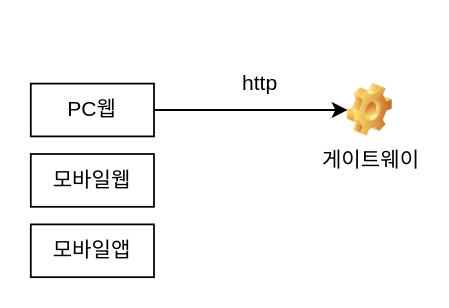
DEV-FRAMEWORK/SW-MODEL keeps this draw.io diagram as LINA_AA.drawio. Above is the earlier version. Source tidied: cells renumbered, new cells numbered last; positions are measured from the earlier drawing's top-left corner, leaving out a move shared by most shapes. Both pictures are drawn from the tidied source at 176%, with x=0, y=0 at pixel (30, 65).
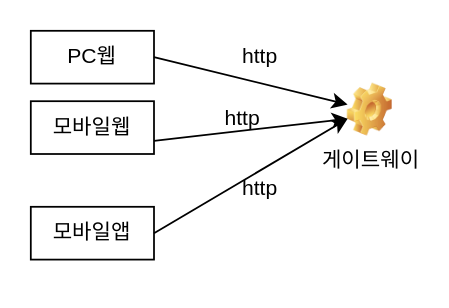
After the change.

Diff of the diagram source:
```diff
@@
 <mxGraphModel>
   <root>
     <mxCell id="0" />
     <mxCell id="1" parent="0" />
     <mxCell id="2" value="http" style="text;html=1;align=center;verticalAlign=middle;strokeColor=none;fillColor=none;" parent="1" vertex="1">
-      <mxGeometry x="110" width="40" height="20" as="geometry" />
+      <mxGeometry x="110" y="-15" width="40" height="20" as="geometry" />
     </mxCell>
     <mxCell id="3" value="PC웹" style="rounded=0;whiteSpace=wrap;html=1;" parent="1" vertex="1">
-      <mxGeometry y="10" width="70" height="30" as="geometry" />
+      <mxGeometry y="-20" width="70" height="30" as="geometry" />
     </mxCell>
     <mxCell id="4" value="모바일웹" style="rounded=0;whiteSpace=wrap;html=1;" parent="1" vertex="1">
-      <mxGeometry y="50" width="70" height="30" as="geometry" />
+      <mxGeometry y="20" width="70" height="30" as="geometry" />
     </mxCell>
     <mxCell id="5" value="모바일앱" style="rounded=0;whiteSpace=wrap;html=1;" parent="1" vertex="1">
-      <mxGeometry y="90" width="70" height="30" as="geometry" />
+      <mxGeometry y="80" width="70" height="30" as="geometry" />
     </mxCell>
     <mxCell id="6" value="게이트웨이" style="shape=image;html=1;verticalLabelPosition=bottom;verticalAlign=top;imageAspect=1;image=img/clipart/Gear_128x128.png;" parent="1" vertex="1">
       <mxGeometry x="180" y="10" width="25.6" height="30" as="geometry" />
     </mxCell>
     <mxCell id="7" style="endArrow=classic;html=1;rounded=0;exitX=1;exitY=0.5;exitDx=0;exitDy=0;" parent="1" edge="1" source="3" target="6">
       <mxGeometry relative="1" as="geometry" />
     </mxCell>
+    <mxCell id="8" style="endArrow=classic;html=1;rounded=0;exitX=1;exitY=0.75;exitDx=0;exitDy=0;" parent="1" edge="1" source="4">
+      <mxGeometry relative="1" as="geometry">
+        <mxPoint x="180" y="30" as="targetPoint" />
+      </mxGeometry>
+    </mxCell>
+    <mxCell id="9" style="endArrow=classic;html=1;rounded=0;exitX=1;exitY=0.5;exitDx=0;exitDy=0;" parent="1" edge="1" source="5">
+      <mxGeometry relative="1" as="geometry">
+        <mxPoint x="180" y="30" as="targetPoint" />
+      </mxGeometry>
+    </mxCell>
+    <mxCell id="10" value="http" style="text;html=1;align=center;verticalAlign=middle;strokeColor=none;fillColor=none;" parent="1" vertex="1">
+      <mxGeometry x="100" y="20" width="40" height="20" as="geometry" />
+    </mxCell>
+    <mxCell id="11" value="http" style="text;html=1;align=center;verticalAlign=middle;strokeColor=none;fillColor=none;" parent="1" vertex="1">
+      <mxGeometry x="110" y="60" width="40" height="20" as="geometry" />
+    </mxCell>
   </root>
 </mxGraphModel>
```
